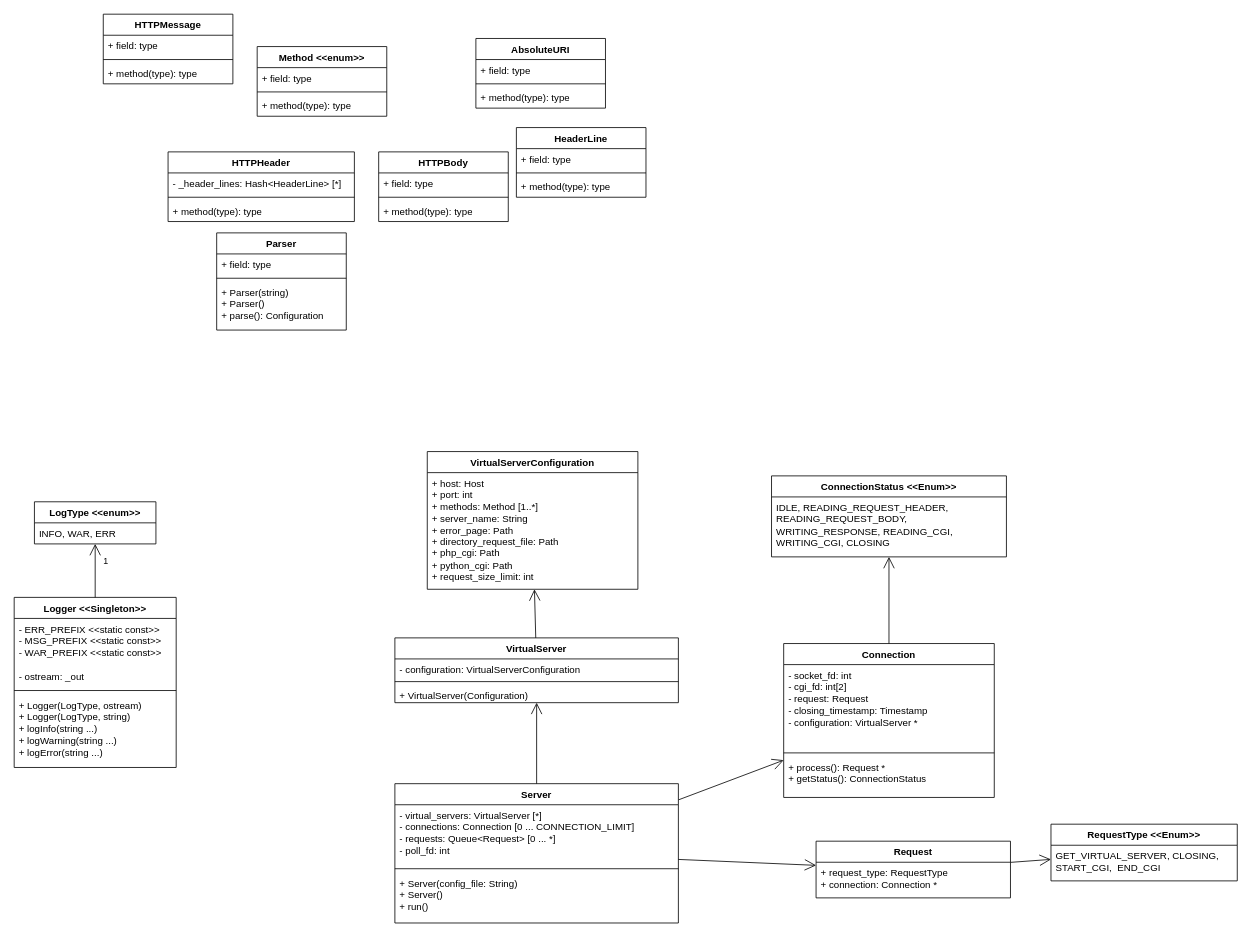
This is docs/codebase/class_diagram.drawio from Kevin-Seligmann/webserv, a draw.io file, before an edit. Source tidied: cells renumbered, new cells numbered last; positions are measured from the earlier drawing's top-left corner, leaving out a move shared by most shapes. Both pictures are drawn from the tidied source at 81%, with x=0, y=0 at pixel (14, 14).
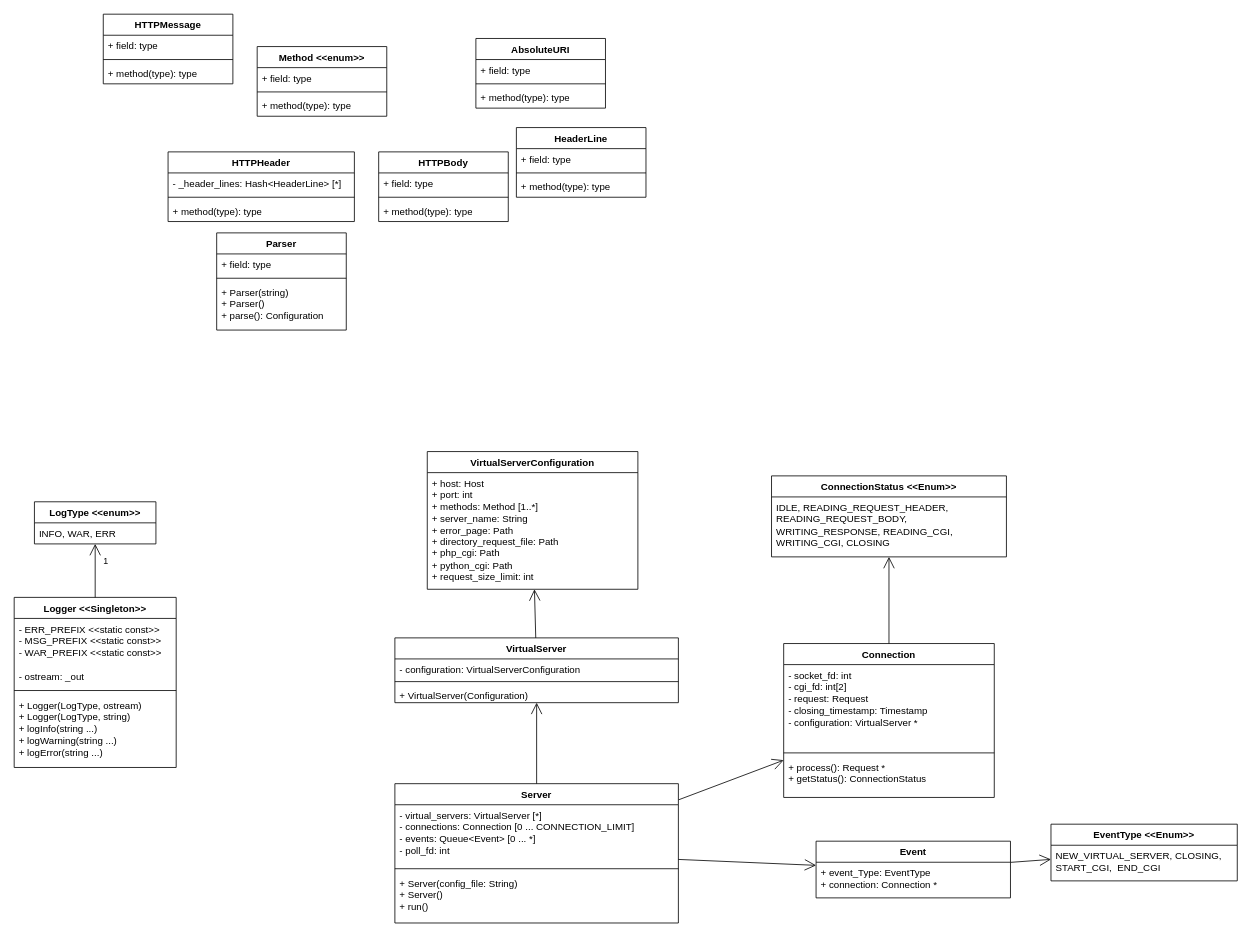
Above is the later version.

Unchanged cells that the change refers to:
```xml
<mxCell id="57" value="Server" style="swimlane;fontStyle=1;align=center;verticalAlign=top;horizontal=1;startSize=26;whiteSpace=wrap;html=1;" parent="1" vertex="1">
  <mxGeometry x="470" y="950" width="350" height="172" as="geometry" />
</mxCell>
```

What changed in the source:
```diff
@@
-    <mxCell id="51" value="Request" style="swimlane;fontStyle=1;align=center;verticalAlign=top;horizontal=1;startSize=26;whiteSpace=wrap;html=1;" parent="1" vertex="1">
+    <mxCell id="51" value="Event" style="swimlane;fontStyle=1;align=center;verticalAlign=top;horizontal=1;startSize=26;whiteSpace=wrap;html=1;" parent="1" vertex="1">
       <mxGeometry x="990" y="1021" width="240" height="70" as="geometry" />
     </mxCell>
-    <mxCell id="52" value="+ request_type: RequestType&lt;div&gt;&lt;span style=&quot;background-color: transparent; color: light-dark(rgb(0, 0, 0), rgb(255, 255, 255));&quot;&gt;+ connection: Connection *&lt;/span&gt;&lt;/div&gt;&lt;div&gt;&lt;br&gt;&lt;/div&gt;" style="text;strokeColor=none;fillColor=none;align=left;verticalAlign=top;spacingLeft=4;spacingRight=4;overflow=hidden;whiteSpace=wrap;html=1;" parent="51" vertex="1">
+    <mxCell id="52" value="+ event_Type: EventType&lt;div&gt;&lt;span style=&quot;background-color: transparent; color: light-dark(rgb(0, 0, 0), rgb(255, 255, 255));&quot;&gt;+ connection: Connection *&lt;/span&gt;&lt;/div&gt;&lt;div&gt;&lt;br&gt;&lt;/div&gt;" style="text;strokeColor=none;fillColor=none;align=left;verticalAlign=top;spacingLeft=4;spacingRight=4;overflow=hidden;whiteSpace=wrap;html=1;" parent="51" vertex="1">
       <mxGeometry y="26" width="240" height="44" as="geometry" />
     </mxCell>
-    <mxCell id="53" value="RequestType &amp;lt;&amp;lt;Enum&amp;gt;&amp;gt;" style="swimlane;fontStyle=1;align=center;verticalAlign=top;horizontal=1;startSize=26;whiteSpace=wrap;html=1;" parent="1" vertex="1">
+    <mxCell id="53" value="EventType &amp;lt;&amp;lt;Enum&amp;gt;&amp;gt;" style="swimlane;fontStyle=1;align=center;verticalAlign=top;horizontal=1;startSize=26;whiteSpace=wrap;html=1;" parent="1" vertex="1">
       <mxGeometry x="1280" y="1000" width="230" height="70" as="geometry" />
     </mxCell>
-    <mxCell id="54" value="GET_VIRTUAL_SERVER, CLOSING, START_CGI,&amp;nbsp; END_CGI" style="text;strokeColor=none;fillColor=none;align=left;verticalAlign=top;spacingLeft=4;spacingRight=4;overflow=hidden;whiteSpace=wrap;html=1;" parent="53" vertex="1">
+    <mxCell id="54" value="NEW_VIRTUAL_SERVER, CLOSING, START_CGI,&amp;nbsp; END_CGI" style="text;strokeColor=none;fillColor=none;align=left;verticalAlign=top;spacingLeft=4;spacingRight=4;overflow=hidden;whiteSpace=wrap;html=1;" parent="53" vertex="1">
       <mxGeometry y="26" width="230" height="44" as="geometry" />
     </mxCell>
@@
-    <mxCell id="58" value="- virtual_servers: VirtualServer [*]&lt;div&gt;- connections: Connection [0 ... CONNECTION_LIMIT]&lt;/div&gt;&lt;div&gt;&lt;div&gt;&lt;div&gt;&lt;span style=&quot;background-color: transparent; color: light-dark(rgb(0, 0, 0), rgb(255, 255, 255));&quot;&gt;- requests: Queue&amp;lt;Request&amp;gt; [0 ... *]&lt;/span&gt;&lt;/div&gt;&lt;/div&gt;&lt;div&gt;&lt;span style=&quot;background-color: transparent; color: light-dark(rgb(0, 0, 0), rgb(255, 255, 255));&quot;&gt;- poll_fd: int&lt;/span&gt;&lt;/div&gt;&lt;/div&gt;" style="text;strokeColor=none;fillColor=none;align=left;verticalAlign=top;spacingLeft=4;spacingRight=4;overflow=hidden;whiteSpace=wrap;html=1;" parent="57" vertex="1">
+    <mxCell id="58" value="- virtual_servers: VirtualServer [*]&lt;div&gt;- connections: Connection [0 ... CONNECTION_LIMIT]&lt;/div&gt;&lt;div&gt;&lt;div&gt;&lt;div&gt;&lt;span style=&quot;background-color: transparent; color: light-dark(rgb(0, 0, 0), rgb(255, 255, 255));&quot;&gt;- events: Queue&amp;lt;Event&amp;gt; [0 ... *]&lt;/span&gt;&lt;/div&gt;&lt;/div&gt;&lt;div&gt;&lt;span style=&quot;background-color: transparent; color: light-dark(rgb(0, 0, 0), rgb(255, 255, 255));&quot;&gt;- poll_fd: int&lt;/span&gt;&lt;/div&gt;&lt;/div&gt;" style="text;strokeColor=none;fillColor=none;align=left;verticalAlign=top;spacingLeft=4;spacingRight=4;overflow=hidden;whiteSpace=wrap;html=1;" parent="57" vertex="1">
       <mxGeometry y="26" width="350" height="74" as="geometry" />
     </mxCell>
```
